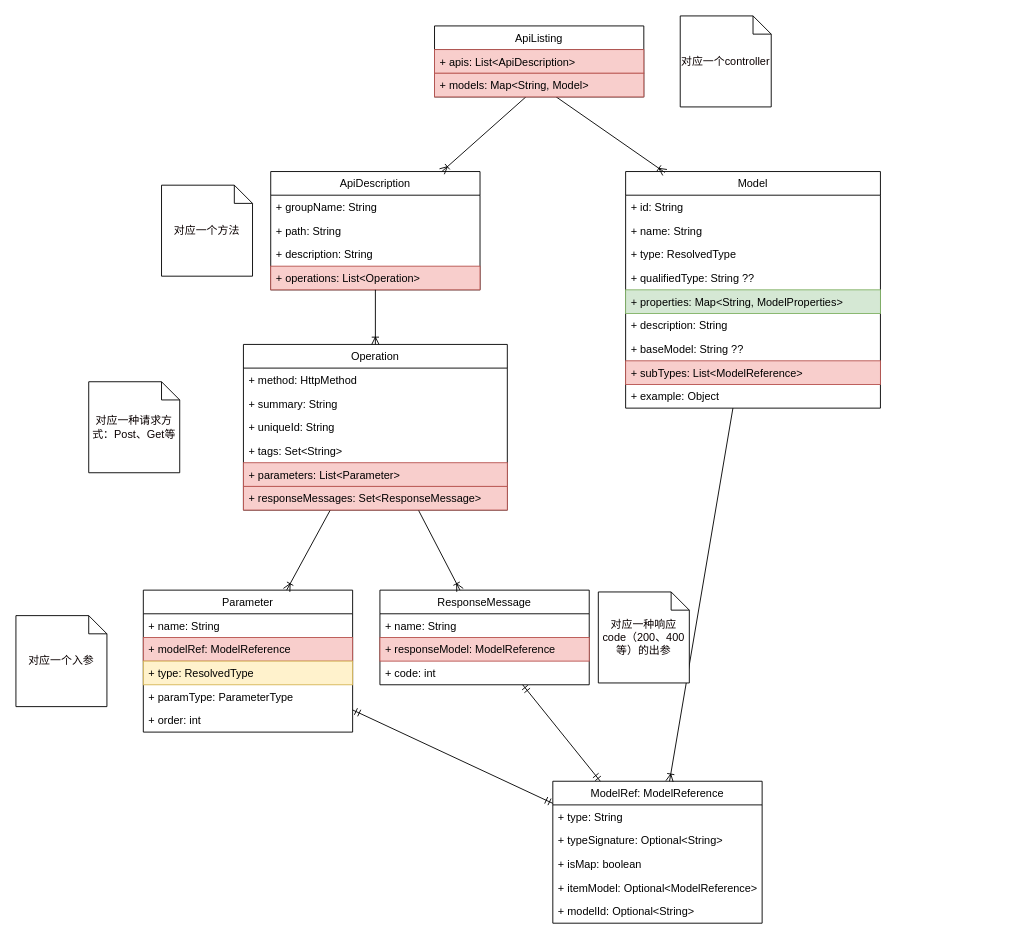
This is chart/Swagger数据结构.drawio from northernw/northernw.github.io, a draw.io file, before an edit. Source tidied: cells renumbered, new cells numbered last; positions are measured from the earlier drawing's top-left corner, leaving out a move shared by most shapes. Both pictures are drawn from the tidied source at 91%, with x=0, y=0 at pixel (15, 15).
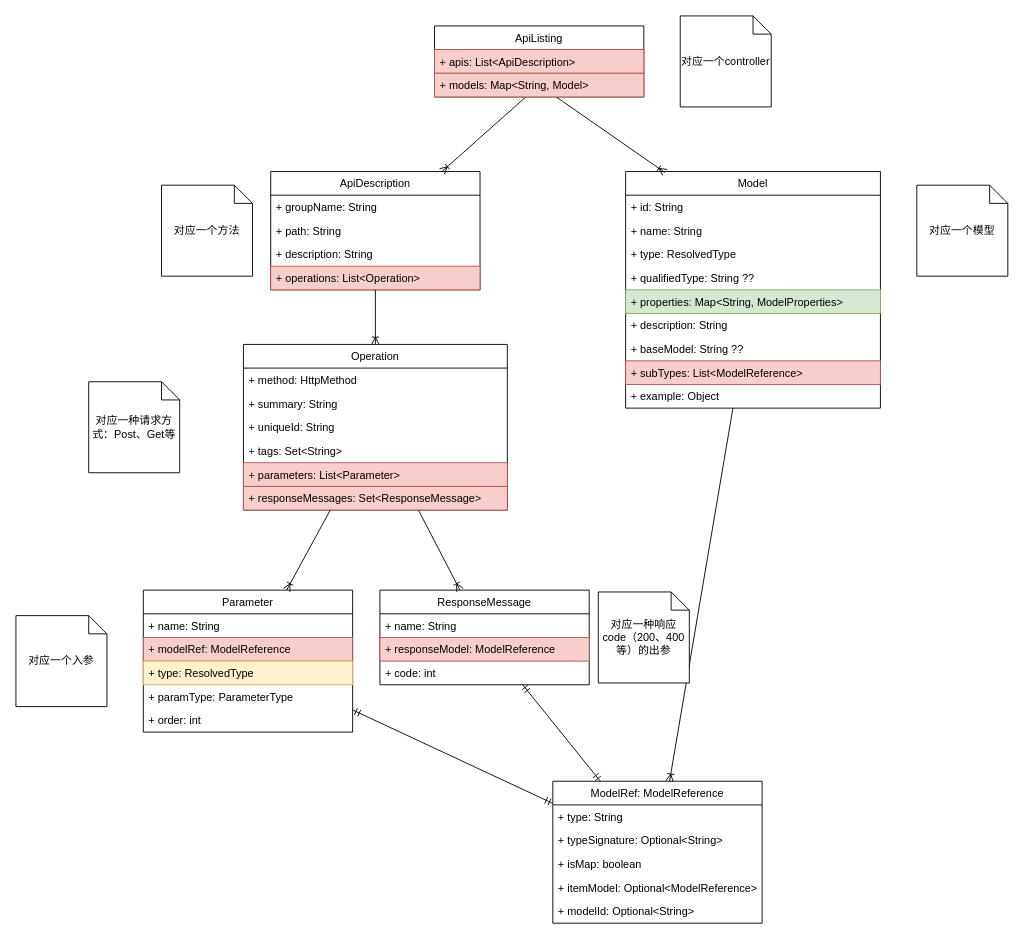
The same diagram, later.

Diff of the diagram source:
```diff
@@
+    <mxCell id="56" value="对应一个模型" style="shape=note;size=20;whiteSpace=wrap;html=1;fontColor=#0A0000;" parent="1" vertex="1">
+      <mxGeometry x="990" y="186" width="100" height="100" as="geometry" />
+    </mxCell>
```
